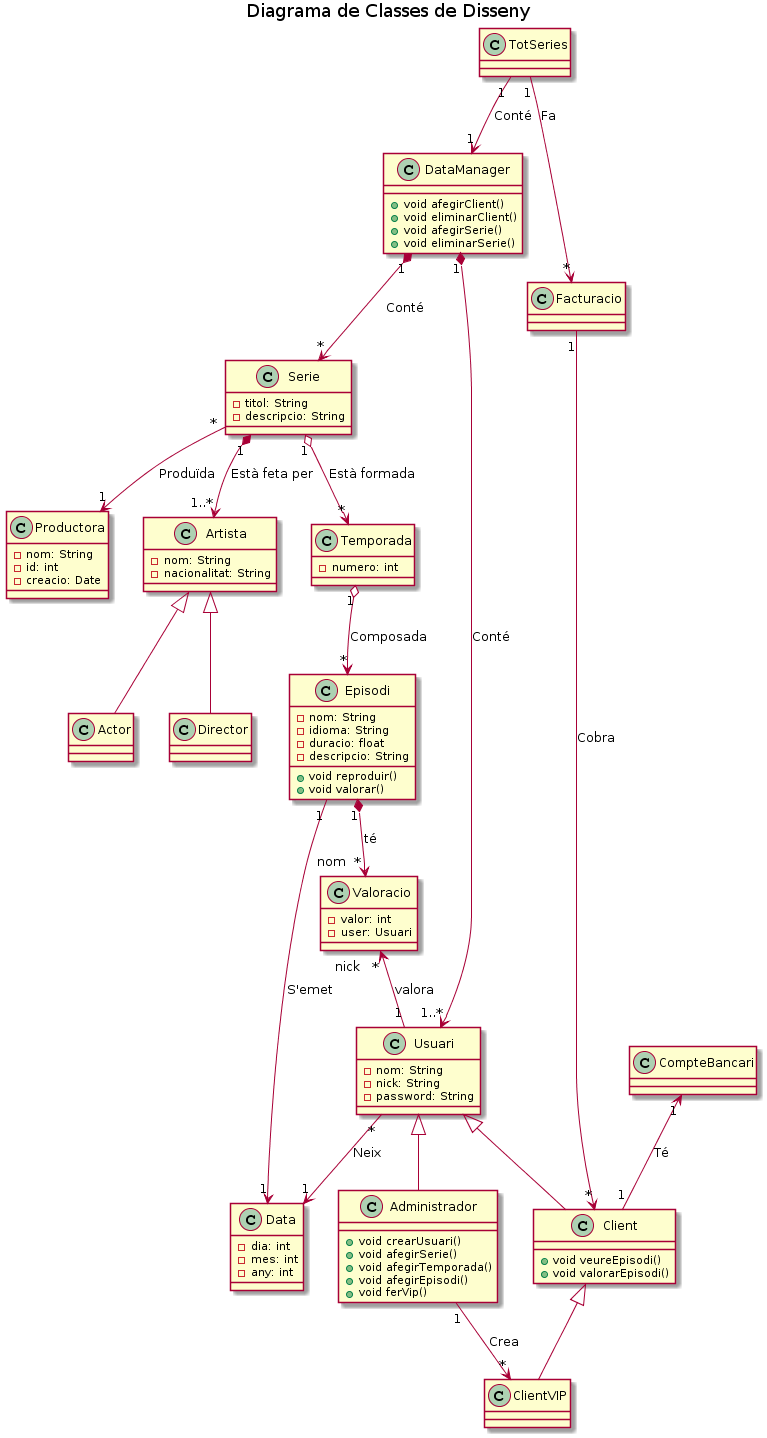
Above: uml/img/DCD.png in IvanSevilla/totserapp (PlantUML), before the change.
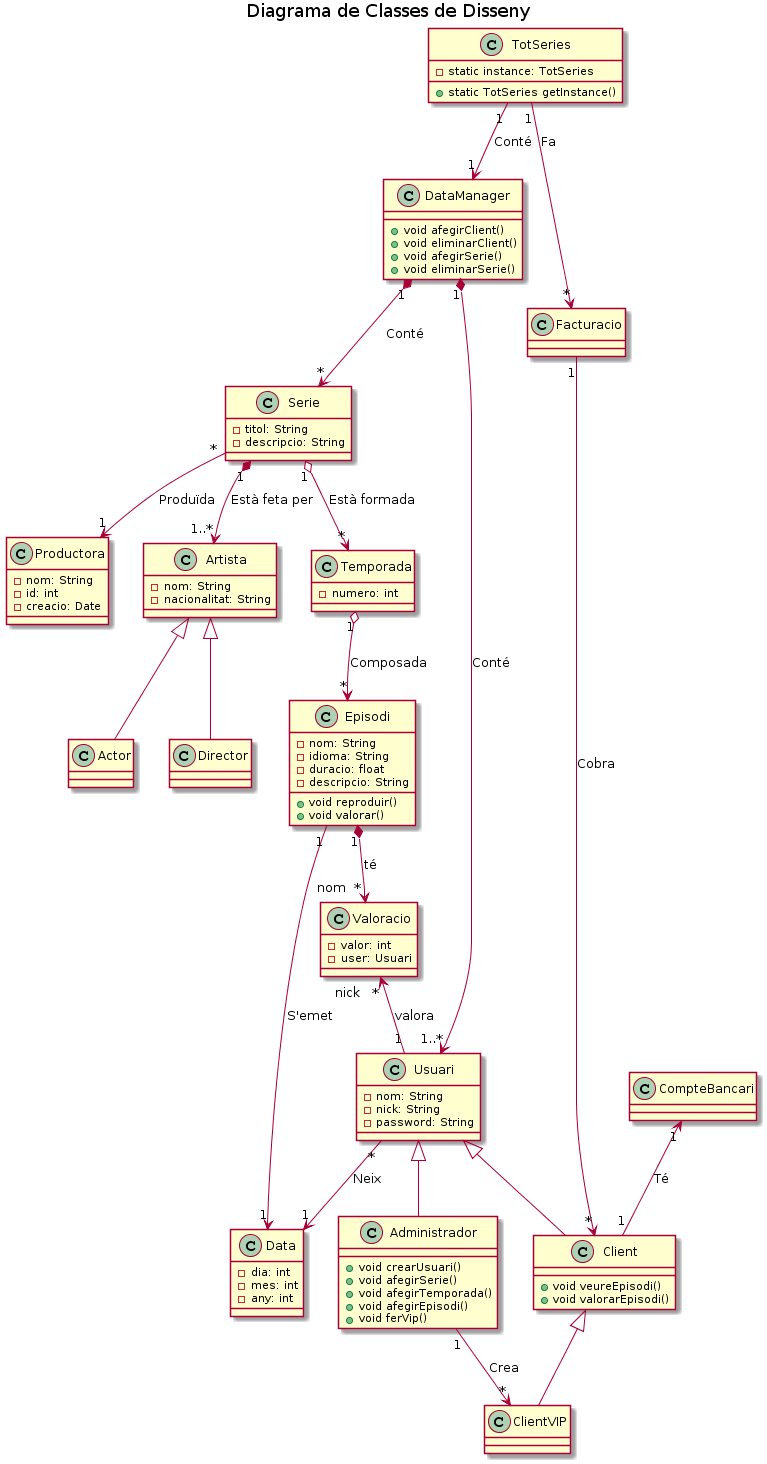
Later version of the same file.

Diff of the diagram source:
```diff
@@ -1,7 +1,10 @@
 @startuml
 title Diagrama de Classes de Disseny
 
-class TotSeries
+class TotSeries {
+- static instance: TotSeries
++ static TotSeries getInstance()
+}
 
 class Administrador {
 + void crearUsuari()
@@ -20,10 +23,10 @@
 class Director
 
 class DataManager {
-+void afegirClient()
-+void eliminarClient()
-+void afegirSerie()
-+void eliminarSerie()
++ void afegirClient()
++ void eliminarClient()
++ void afegirSerie()
++ void eliminarSerie()
 }
 
 class CompteBancari
```
